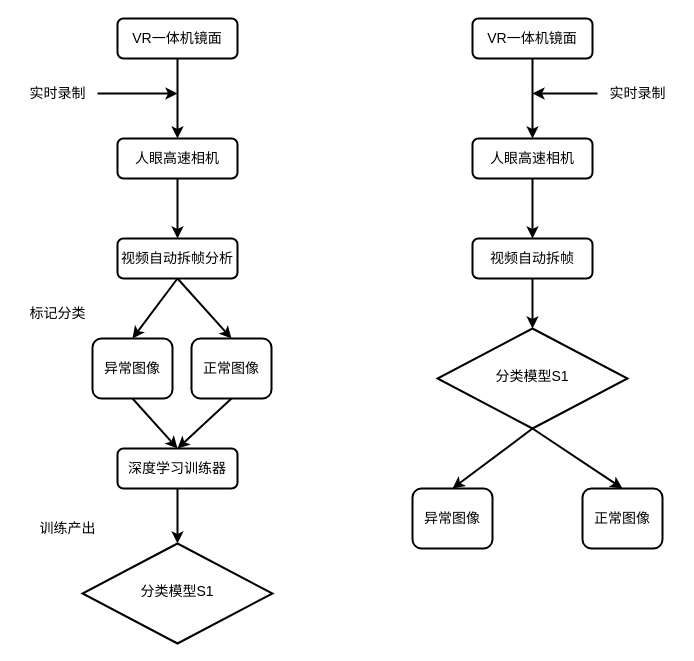
Above: 未命名绘图.drawio in WillingSasi/drawioRes (draw.io), before the change. Source tidied: cells renumbered, new cells numbered last; positions are measured from the earlier drawing's top-left corner, leaving out a move shared by most shapes. Both pictures are drawn from the tidied source at 100%, with x=0, y=0 at pixel (17, 18).
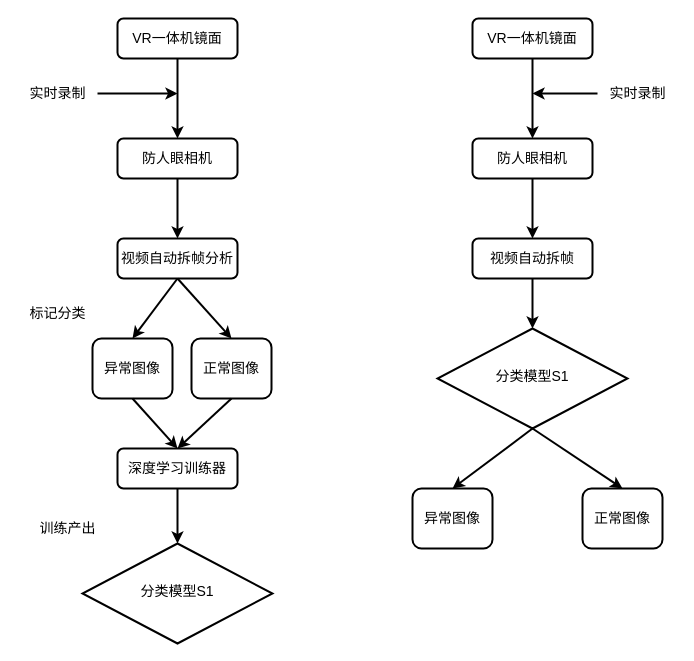
The same diagram, later.

Commit message:
更新未命名绘图.drawio

What changed in the source:
```diff
@@
-    <mxCell id="3" value="人眼高速相机" style="rounded=1;whiteSpace=wrap;html=1;fontSize=14;glass=0;strokeWidth=2;shadow=0;" parent="1" vertex="1">
+    <mxCell id="3" value="防人眼相机" style="rounded=1;whiteSpace=wrap;html=1;fontSize=14;glass=0;strokeWidth=2;shadow=0;" parent="1" vertex="1">
       <mxGeometry x="100" y="120" width="120" height="40" as="geometry" />
     </mxCell>
@@
-    <mxCell id="12" value="人眼高速相机" style="rounded=1;whiteSpace=wrap;html=1;fontSize=14;glass=0;strokeWidth=2;shadow=0;" parent="1" vertex="1">
+    <mxCell id="12" value="防人眼相机" style="rounded=1;whiteSpace=wrap;html=1;fontSize=14;glass=0;strokeWidth=2;shadow=0;" parent="1" vertex="1">
       <mxGeometry x="455" y="120" width="120" height="40" as="geometry" />
     </mxCell>
```
